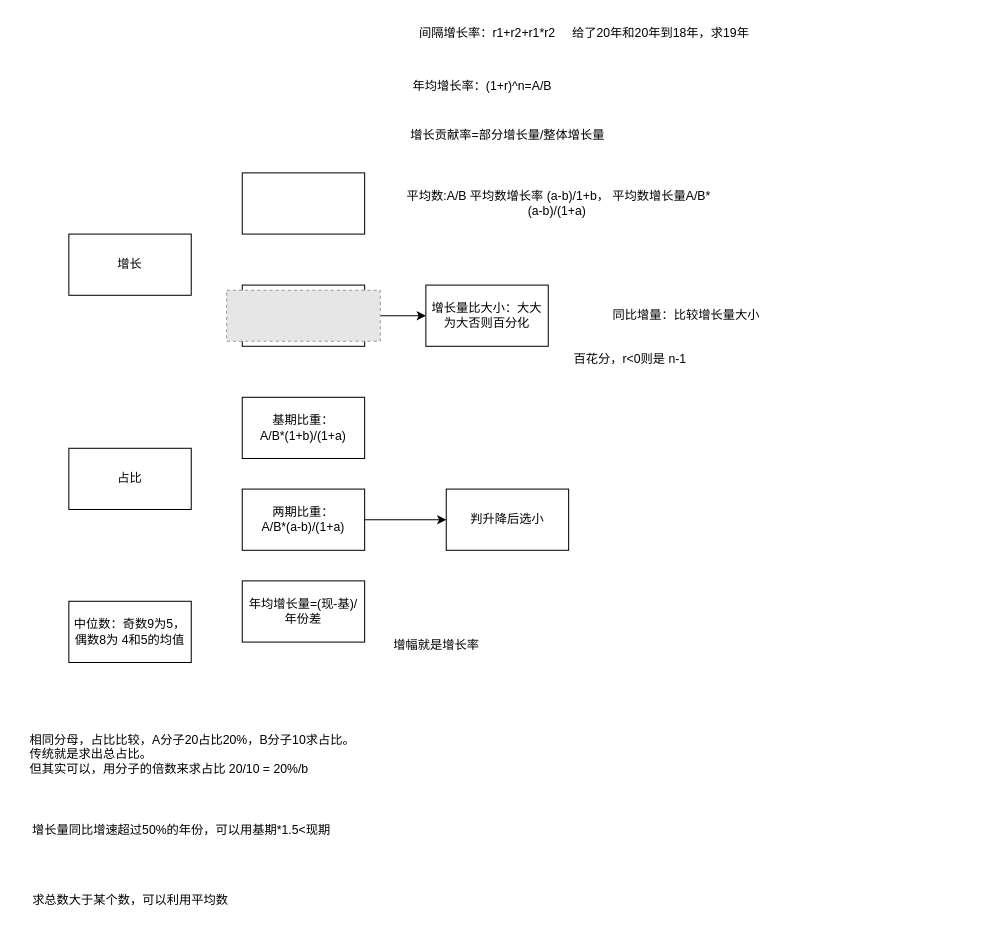
cguank/- keeps this draw.io diagram as 未命名绘图.drawio. Above is the earlier version. Source tidied: cells renumbered, new cells numbered last; positions are measured from the earlier drawing's top-left corner, leaving out a move shared by most shapes. Both pictures are drawn from the tidied source at 102%, with x=0, y=0 at pixel (17, 17). Pictures stored in the file or linked from it are replaced by grey dashed boxes.
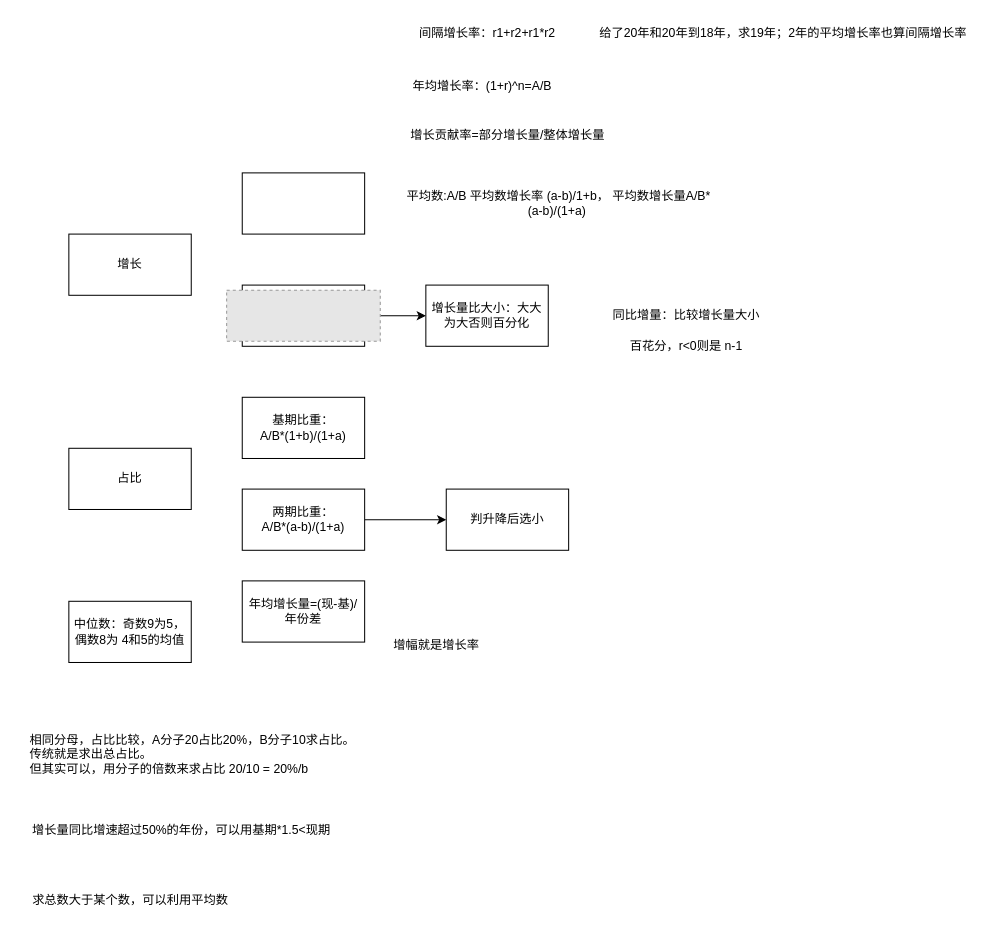
The same diagram, later.

Commit message:
更新未命名绘图.drawio

Diff of the diagram source:
```diff
@@
-    <mxCell id="19" value="给了20年和20年到18年，求19年" style="text;html=1;align=center;verticalAlign=middle;strokeColor=none;fillColor=none;" parent="1" vertex="1">
-      <mxGeometry x="530" width="200" height="30" as="geometry" />
+    <mxCell id="19" value="给了20年和20年到18年，求19年；2年的平均增长率也算间隔增长率" style="text;html=1;align=center;verticalAlign=middle;strokeColor=none;fillColor=none;" parent="1" vertex="1">
+      <mxGeometry x="560" width="380" height="30" as="geometry" />
     </mxCell>
@@
     <mxCell id="22" value="百花分，r&amp;lt;0则是 n-1" style="text;html=1;align=center;verticalAlign=middle;strokeColor=none;fillColor=none;" parent="1" vertex="1">
-      <mxGeometry x="535" y="320" width="130" height="30" as="geometry" />
+      <mxGeometry x="590" y="307" width="130" height="30" as="geometry" />
     </mxCell>
```
